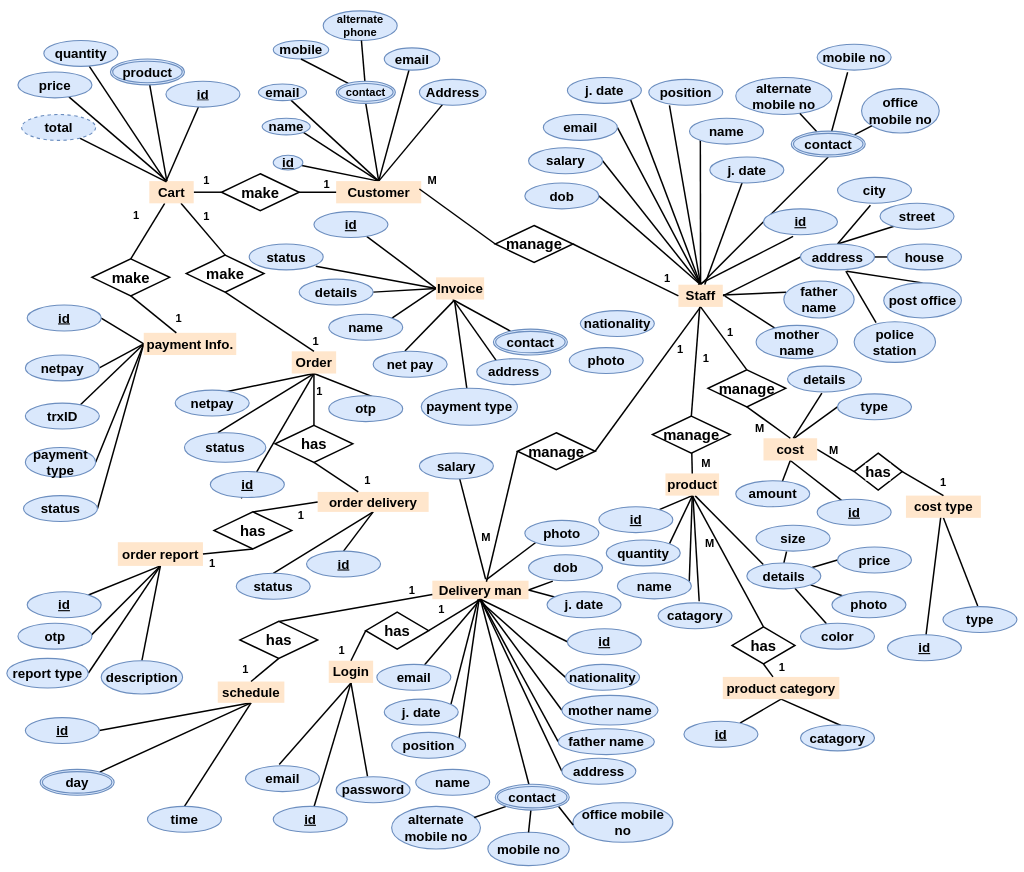
The draw.io diagram erd of update sms.drawio in prashanta1542/default, before the edit. Source tidied: cells renumbered, new cells numbered last; positions are measured from the earlier drawing's top-left corner, leaving out a move shared by most shapes. Both pictures are drawn from the tidied source at 37%, with x=0, y=0 at pixel (7, 11).
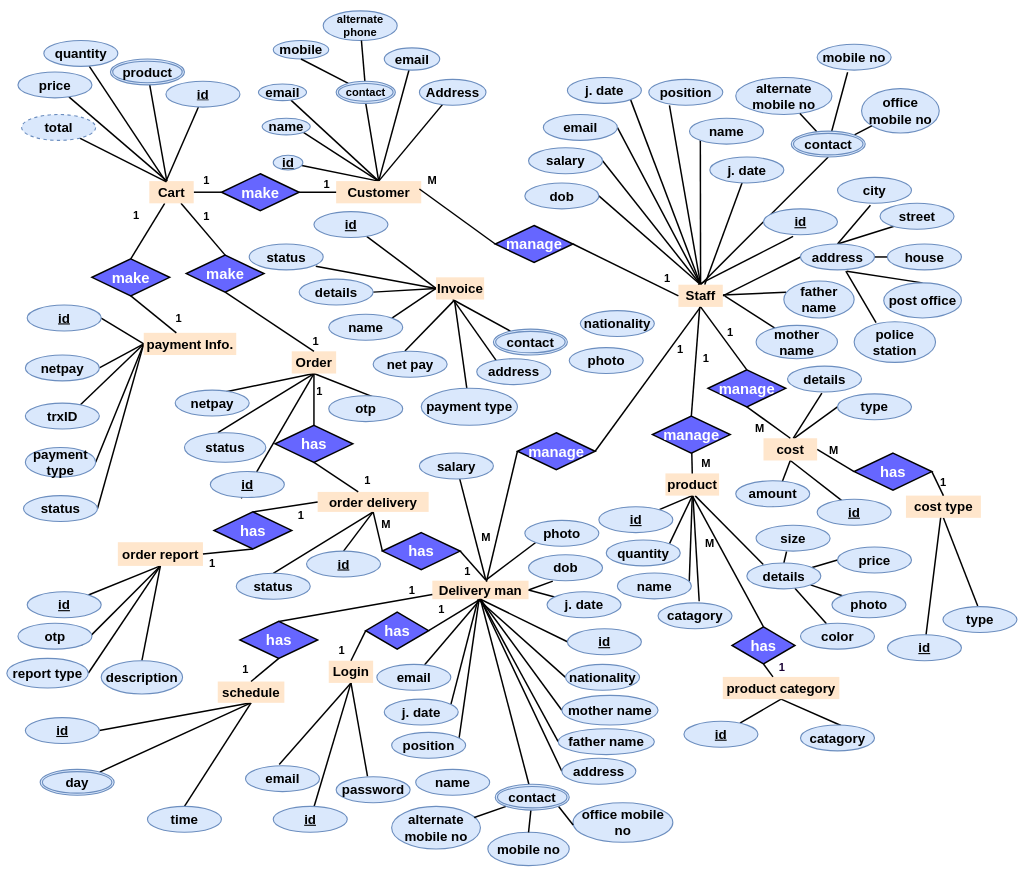
The same page after the edit.

Unchanged cells that the change refers to:
```xml
<mxCell id="81" value="&lt;h1&gt;&lt;font style=&quot;font-size: 36px;&quot;&gt;Delivery man&lt;/font&gt;&lt;/h1&gt;" style="rounded=0;whiteSpace=wrap;html=1;strokeWidth=3;fillColor=#ffe6cc;strokeColor=none;" parent="1" vertex="1">
  <mxGeometry x="1150" y="1540" width="260" height="50" as="geometry" />
</mxCell>
<mxCell id="93" value="&lt;h1&gt;&lt;font style=&quot;font-size: 36px;&quot;&gt;order delivery&lt;/font&gt;&lt;/h1&gt;" style="rounded=0;whiteSpace=wrap;html=1;strokeWidth=3;fillColor=#ffe6cc;strokeColor=none;" parent="1" vertex="1">
  <mxGeometry x="840" y="1300" width="300" height="54" as="geometry" />
</mxCell>
```

Diff of the diagram source:
```diff
@@
+    <mxCell id="278" style="rounded=0;jettySize=auto;html=1;entryX=0;entryY=0.5;entryDx=0;entryDy=0;endArrow=none;strokeWidth=4;endFill=0;exitX=0.5;exitY=1;exitDx=0;exitDy=0;" parent="1" edge="1" source="93" target="280">
+      <mxGeometry relative="1" as="geometry" />
+    </mxCell>
@@
-    <mxCell id="222" value="&lt;font style=&quot;font-size: 40px;&quot;&gt;&lt;b&gt;make&lt;/b&gt;&lt;/font&gt;" style="rhombus;whiteSpace=wrap;html=1;strokeWidth=4;" parent="1" vertex="1">
+    <mxCell id="222" value="&lt;font style=&quot;font-size: 40px;&quot;&gt;&lt;b&gt;make&lt;/b&gt;&lt;/font&gt;" style="rhombus;whiteSpace=wrap;html=1;strokeWidth=4;fillColor=#6666FF;fontColor=#FFFFFF;" parent="1" vertex="1">
       <mxGeometry x="580" y="440" width="210" height="100" as="geometry" />
     </mxCell>
@@
-    <mxCell id="227" value="&lt;font style=&quot;font-size: 40px;&quot;&gt;&lt;b&gt;manage&lt;/b&gt;&lt;/font&gt;" style="rhombus;whiteSpace=wrap;html=1;strokeWidth=4;" parent="1" vertex="1">
+    <mxCell id="227" value="&lt;font style=&quot;font-size: 40px;&quot;&gt;&lt;b&gt;manage&lt;/b&gt;&lt;/font&gt;" style="rhombus;whiteSpace=wrap;html=1;strokeWidth=4;fillColor=#6666FF;fontColor=#FFFFFF;" parent="1" vertex="1">
       <mxGeometry x="1320" y="580" width="210" height="100" as="geometry" />
     </mxCell>
@@
-    <mxCell id="231" value="&lt;font style=&quot;font-size: 40px;&quot;&gt;&lt;b&gt;manage&lt;/b&gt;&lt;/font&gt;" style="rhombus;whiteSpace=wrap;html=1;strokeWidth=4;" parent="1" vertex="1">
+    <mxCell id="231" value="&lt;font style=&quot;font-size: 40px;&quot;&gt;&lt;b&gt;manage&lt;/b&gt;&lt;/font&gt;" style="rhombus;whiteSpace=wrap;html=1;strokeWidth=4;fillColor=#6666FF;fontColor=#FFFFFF;" parent="1" vertex="1">
       <mxGeometry x="1895" y="970" width="210" height="100" as="geometry" />
     </mxCell>
@@
-    <mxCell id="233" value="&lt;font style=&quot;font-size: 40px;&quot;&gt;&lt;b&gt;manage&lt;/b&gt;&lt;/font&gt;" style="rhombus;whiteSpace=wrap;html=1;strokeWidth=4;" parent="1" vertex="1">
+    <mxCell id="233" value="&lt;font style=&quot;font-size: 40px;&quot;&gt;&lt;b&gt;manage&lt;/b&gt;&lt;/font&gt;" style="rhombus;whiteSpace=wrap;html=1;strokeWidth=4;fillColor=#6666FF;fontColor=#FFFFFF;" parent="1" vertex="1">
       <mxGeometry x="1745" y="1095" width="210" height="100" as="geometry" />
     </mxCell>
@@
-    <mxCell id="236" value="&lt;font style=&quot;font-size: 40px;&quot;&gt;&lt;b&gt;manage&lt;/b&gt;&lt;/font&gt;" style="rhombus;whiteSpace=wrap;html=1;strokeWidth=4;" parent="1" vertex="1">
+    <mxCell id="236" value="&lt;font style=&quot;font-size: 40px;&quot;&gt;&lt;b&gt;manage&lt;/b&gt;&lt;/font&gt;" style="rhombus;whiteSpace=wrap;html=1;strokeWidth=4;fillColor=#6666FF;fontColor=#FFFFFF;" parent="1" vertex="1">
       <mxGeometry x="1380" y="1140" width="210" height="100" as="geometry" />
     </mxCell>
@@
-    <mxCell id="238" value="&lt;font style=&quot;font-size: 40px;&quot;&gt;&lt;b&gt;make&lt;/b&gt;&lt;/font&gt;" style="rhombus;whiteSpace=wrap;html=1;strokeWidth=4;" parent="1" vertex="1">
+    <mxCell id="238" value="&lt;font style=&quot;font-size: 40px;&quot;&gt;&lt;b&gt;make&lt;/b&gt;&lt;/font&gt;" style="rhombus;whiteSpace=wrap;html=1;strokeWidth=4;fillColor=#6666FF;fontColor=#FFFFFF;" parent="1" vertex="1">
       <mxGeometry x="485" y="660" width="210" height="100" as="geometry" />
     </mxCell>
@@
-    <mxCell id="246" value="&lt;font style=&quot;font-size: 40px;&quot;&gt;&lt;b&gt;make&lt;/b&gt;&lt;/font&gt;" style="rhombus;whiteSpace=wrap;html=1;strokeWidth=4;" parent="1" vertex="1">
+    <mxCell id="246" value="&lt;font style=&quot;font-size: 40px;&quot;&gt;&lt;b&gt;make&lt;/b&gt;&lt;/font&gt;" style="rhombus;whiteSpace=wrap;html=1;strokeWidth=4;fillColor=#6666FF;fontColor=#FFFFFF;" parent="1" vertex="1">
       <mxGeometry x="230" y="670" width="210" height="100" as="geometry" />
     </mxCell>
@@
-    <mxCell id="248" value="&lt;font style=&quot;font-size: 40px;&quot;&gt;&lt;b&gt;has&lt;/b&gt;&lt;/font&gt;" style="rhombus;whiteSpace=wrap;html=1;strokeWidth=4;labelBackgroundColor=default;endArrow=none;fontSize=11;rounded=0;endFill=0;" parent="1" vertex="1">
+    <mxCell id="248" value="&lt;span style=&quot;font-size: 40px;&quot;&gt;&lt;b&gt;has&lt;/b&gt;&lt;/span&gt;" style="rhombus;whiteSpace=wrap;html=1;strokeWidth=4;labelBackgroundColor=none;endArrow=none;fontSize=11;rounded=0;endFill=0;fillColor=#6666FF;fontColor=#FFFFFF;" parent="1" vertex="1">
       <mxGeometry x="725" y="1120" width="210" height="100" as="geometry" />
     </mxCell>
@@
-    <mxCell id="257" value="&lt;font style=&quot;font-size: 40px;&quot;&gt;&lt;b&gt;has&lt;/b&gt;&lt;/font&gt;" style="rhombus;whiteSpace=wrap;html=1;strokeWidth=4;labelBackgroundColor=default;endArrow=none;fontSize=11;rounded=0;endFill=0;" parent="1" vertex="1">
+    <mxCell id="257" value="&lt;font style=&quot;font-size: 40px;&quot;&gt;&lt;b&gt;has&lt;/b&gt;&lt;/font&gt;" style="rhombus;whiteSpace=wrap;html=1;strokeWidth=4;labelBackgroundColor=none;endArrow=none;fontSize=11;rounded=0;endFill=0;fillColor=#6666FF;fontColor=#FFFFFF;" parent="1" vertex="1">
       <mxGeometry x="560" y="1354" width="210" height="100" as="geometry" />
     </mxCell>
@@
-    <mxCell id="262" value="&lt;font style=&quot;font-size: 40px;&quot;&gt;&lt;b&gt;has&lt;/b&gt;&lt;/font&gt;" style="rhombus;whiteSpace=wrap;html=1;strokeWidth=4;labelBackgroundColor=default;endArrow=none;fontSize=11;rounded=0;endFill=0;" parent="1" vertex="1">
+    <mxCell id="262" value="&lt;font style=&quot;font-size: 40px;&quot;&gt;&lt;b&gt;has&lt;/b&gt;&lt;/font&gt;" style="rhombus;whiteSpace=wrap;html=1;strokeWidth=4;labelBackgroundColor=none;endArrow=none;fontSize=11;rounded=0;endFill=0;fillColor=#6666FF;fontColor=#FFFFFF;" parent="1" vertex="1">
       <mxGeometry x="630" y="1650" width="210" height="100" as="geometry" />
     </mxCell>
@@
-    <mxCell id="265" value="&lt;font style=&quot;font-size: 40px;&quot;&gt;&lt;b&gt;has&lt;/b&gt;&lt;/font&gt;" style="rhombus;whiteSpace=wrap;html=1;strokeWidth=4;labelBackgroundColor=default;endArrow=none;fontSize=11;rounded=0;endFill=0;" parent="1" vertex="1">
+    <mxCell id="265" value="&lt;font style=&quot;font-size: 40px;&quot;&gt;&lt;b&gt;has&lt;/b&gt;&lt;/font&gt;" style="rhombus;whiteSpace=wrap;html=1;strokeWidth=4;labelBackgroundColor=none;endArrow=none;fontSize=11;rounded=0;endFill=0;fillColor=#6666FF;fontColor=#FFFFFF;" parent="1" vertex="1">
       <mxGeometry x="970" y="1625" width="170" height="100" as="geometry" />
     </mxCell>
@@
-    <mxCell id="271" value="&lt;font style=&quot;font-size: 40px;&quot;&gt;&lt;b&gt;has&lt;/b&gt;&lt;/font&gt;" style="rhombus;whiteSpace=wrap;html=1;strokeWidth=4;labelBackgroundColor=default;endArrow=none;fontSize=11;rounded=0;endFill=0;" parent="1" vertex="1">
+    <mxCell id="271" value="&lt;font style=&quot;font-size: 40px;&quot;&gt;&lt;b&gt;has&lt;/b&gt;&lt;/font&gt;" style="rhombus;whiteSpace=wrap;html=1;strokeWidth=4;labelBackgroundColor=none;endArrow=none;fontSize=11;rounded=0;endFill=0;fillColor=#6666FF;fontColor=#FFFFFF;" parent="1" vertex="1">
       <mxGeometry x="1960" y="1665" width="170" height="100" as="geometry" />
     </mxCell>
@@
-    <mxCell id="273" value="&lt;h1&gt;&lt;font style=&quot;font-size: 30px;&quot;&gt;1&lt;/font&gt;&lt;/h1&gt;" style="text;html=1;strokeColor=none;fillColor=none;align=center;verticalAlign=middle;whiteSpace=wrap;rounded=0;" parent="1" vertex="1">
+    <mxCell id="273" value="&lt;h1&gt;&lt;font style=&quot;font-size: 30px;&quot;&gt;1&lt;/font&gt;&lt;/h1&gt;" style="text;html=1;strokeColor=none;fillColor=none;align=center;verticalAlign=middle;whiteSpace=wrap;rounded=0;fontColor=#190033;" parent="1" vertex="1">
       <mxGeometry x="2060" y="1725" width="70" height="95" as="geometry" />
     </mxCell>
@@
-    <mxCell id="275" value="&lt;font style=&quot;font-size: 40px;&quot;&gt;&lt;b&gt;has&lt;/b&gt;&lt;/font&gt;" style="rhombus;whiteSpace=wrap;html=1;strokeWidth=4;labelBackgroundColor=default;endArrow=none;fontSize=11;rounded=0;endFill=0;" parent="1" vertex="1">
-      <mxGeometry x="2290" y="1195" width="130" height="100" as="geometry" />
+    <mxCell id="275" value="&lt;font style=&quot;font-size: 40px;&quot;&gt;&lt;b&gt;has&lt;/b&gt;&lt;/font&gt;" style="rhombus;whiteSpace=wrap;html=1;strokeWidth=4;labelBackgroundColor=none;endArrow=none;fontSize=11;rounded=0;endFill=0;fillColor=#6666FF;fontColor=#FFFFFF;" parent="1" vertex="1">
+      <mxGeometry x="2290" y="1195" width="210" height="100" as="geometry" />
     </mxCell>
@@
+    <mxCell id="279" style="rounded=0;jettySize=auto;html=1;entryX=0.558;entryY=-0.02;entryDx=0;entryDy=0;entryPerimeter=0;endArrow=none;strokeWidth=4;endFill=0;exitX=1;exitY=0.5;exitDx=0;exitDy=0;" parent="1" edge="1" source="280" target="81">
+      <mxGeometry relative="1" as="geometry" />
+    </mxCell>
+    <mxCell id="280" value="&lt;font style=&quot;font-size: 40px;&quot;&gt;&lt;b&gt;has&lt;/b&gt;&lt;/font&gt;" style="rhombus;whiteSpace=wrap;html=1;strokeWidth=4;labelBackgroundColor=none;endArrow=none;fontSize=11;rounded=0;endFill=0;fillColor=#6666FF;fontColor=#FFFFFF;" parent="1" vertex="1">
+      <mxGeometry x="1015" y="1410" width="210" height="100" as="geometry" />
+    </mxCell>
+    <mxCell id="281" value="&lt;h1&gt;&lt;font style=&quot;font-size: 30px;&quot;&gt;1&lt;/font&gt;&lt;/h1&gt;" style="text;html=1;strokeColor=none;fillColor=none;align=center;verticalAlign=middle;whiteSpace=wrap;rounded=0;" parent="1" vertex="1">
+      <mxGeometry x="1210" y="1467" width="70" height="95" as="geometry" />
+    </mxCell>
+    <mxCell id="282" value="&lt;h1&gt;&lt;font style=&quot;font-size: 30px;&quot;&gt;M&lt;/font&gt;&lt;/h1&gt;" style="text;html=1;strokeColor=none;fillColor=none;align=center;verticalAlign=middle;whiteSpace=wrap;rounded=0;" parent="1" vertex="1">
+      <mxGeometry x="990" y="1340" width="70" height="95" as="geometry" />
+    </mxCell>
```
